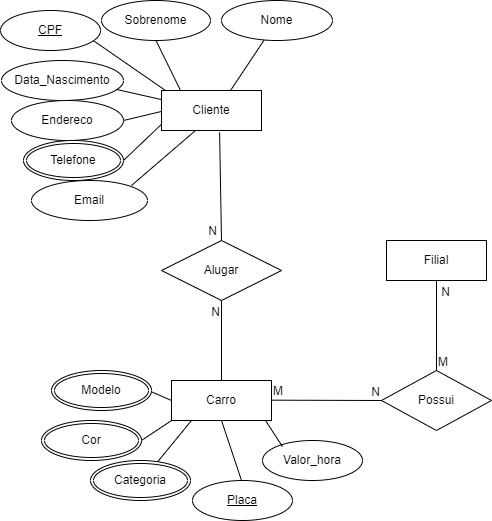
Kelly-Prone/diagramas keeps this draw.io diagram as Mapa_BD1.drawio.png. Above is the earlier version. Source tidied: cells renumbered, new cells last; positions are measured from the earlier drawing's top-left corner, leaving out a move shared by most shapes.
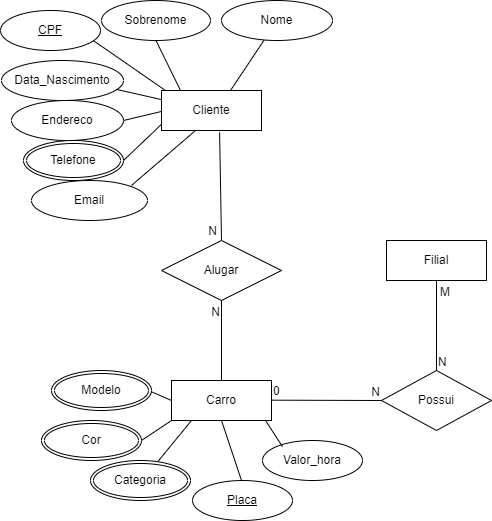
The same file after the commit.

The edit, as a diff of the source:
```diff
@@ -140,7 +140,7 @@
         <mxPoint x="271" y="399.7" as="sourcePoint" />
       </mxGeometry>
     </mxCell>
-    <mxCell id="36" value="M" style="html=1;whiteSpace=wrap;align=left;verticalAlign=bottom;" parent="35" vertex="1">
+    <mxCell id="36" value="0" style="html=1;whiteSpace=wrap;align=left;verticalAlign=bottom;" parent="35" vertex="1">
       <mxGeometry x="-1" relative="1" as="geometry" />
     </mxCell>
     <mxCell id="37" value="N" style="html=1;whiteSpace=wrap;align=right;verticalAlign=bottom;" parent="35" vertex="1">
@@ -149,10 +149,10 @@
     <mxCell id="38" style="endArrow=none;html=1;rounded=0;entryX=0.5;entryY=1;entryDx=0;entryDy=0;exitX=0.5;exitY=0;exitDx=0;exitDy=0;" parent="1" edge="1" source="34" target="33">
       <mxGeometry relative="1" as="geometry" />
     </mxCell>
-    <mxCell id="39" value="M" style="html=1;whiteSpace=wrap;align=left;verticalAlign=bottom;" parent="38" vertex="1">
+    <mxCell id="39" value="N" style="html=1;whiteSpace=wrap;align=left;verticalAlign=bottom;" parent="38" vertex="1">
       <mxGeometry x="-1" relative="1" as="geometry" />
     </mxCell>
-    <mxCell id="40" value="N" style="html=1;whiteSpace=wrap;align=right;verticalAlign=bottom;" parent="38" vertex="1">
+    <mxCell id="40" value="M" style="html=1;whiteSpace=wrap;align=right;verticalAlign=bottom;" parent="38" vertex="1">
       <mxGeometry x="1" relative="1" as="geometry">
         <mxPoint x="15" y="20" as="offset" />
       </mxGeometry>
```
